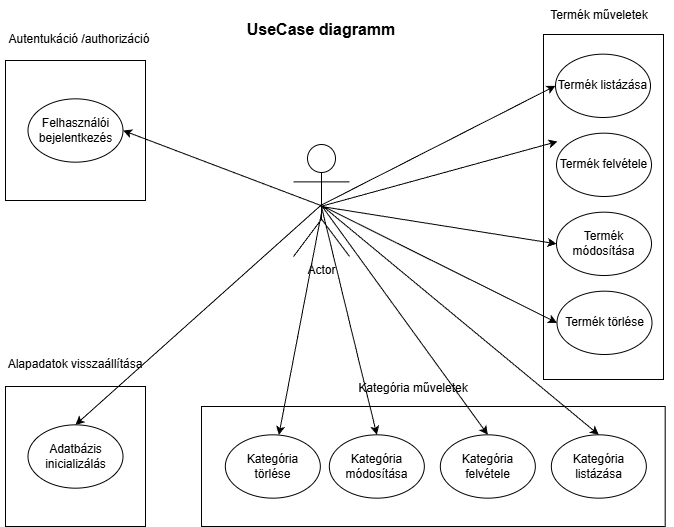
Above: Docs/UseCase.png in kekorn/productapp (draw.io), before the change. Source tidied: cells renumbered, new cells last; positions are measured from the earlier drawing's top-left corner, leaving out a move shared by most shapes. Source of this version:
```xml
<mxGraphModel>
  <root>
    <mxCell id="0" />
    <mxCell id="1" parent="0" />
    <mxCell id="2" value="Actor" style="shape=umlActor;verticalLabelPosition=bottom;verticalAlign=top;html=1;" parent="1" vertex="1">
      <mxGeometry x="293" y="144" width="56" height="112" as="geometry" />
    </mxCell>
    <mxCell id="3" style="group;" parent="1" vertex="1">
      <mxGeometry x="543" y="34" width="120" height="345" as="geometry" />
    </mxCell>
    <mxCell id="4" style="rounded=0;whiteSpace=wrap;html=1;" parent="3" vertex="1">
      <mxGeometry width="120" height="345" as="geometry" />
    </mxCell>
    <mxCell id="5" value="Termék listázása" style="ellipse;whiteSpace=wrap;html=1;" parent="3" vertex="1">
      <mxGeometry x="12" y="19.7" width="95" height="63.3" as="geometry" />
    </mxCell>
    <mxCell id="6" value="Termék felvétele" style="ellipse;whiteSpace=wrap;html=1;" parent="3" vertex="1">
      <mxGeometry x="13" y="98.7" width="95" height="63.3" as="geometry" />
    </mxCell>
    <mxCell id="7" value="Termék módosítása" style="ellipse;whiteSpace=wrap;html=1;" parent="3" vertex="1">
      <mxGeometry x="13" y="177.7" width="95" height="63.3" as="geometry" />
    </mxCell>
    <mxCell id="8" value="Termék törlése" style="ellipse;whiteSpace=wrap;html=1;" parent="3" vertex="1">
      <mxGeometry x="13.5" y="256.7" width="95" height="63.3" as="geometry" />
    </mxCell>
    <mxCell id="9" style="group;" parent="1" vertex="1">
      <mxGeometry x="5" y="60" width="140" height="140" as="geometry" />
    </mxCell>
    <mxCell id="10" style="whiteSpace=wrap;html=1;" parent="9" vertex="1">
      <mxGeometry width="140" height="140" as="geometry" />
    </mxCell>
    <mxCell id="11" value="Felhasználói bejelentkezés" style="ellipse;whiteSpace=wrap;html=1;" parent="9" vertex="1">
      <mxGeometry x="22.5" y="38.3" width="95" height="63.3" as="geometry" />
    </mxCell>
    <mxCell id="12" style="group;" parent="1" vertex="1">
      <mxGeometry x="5" y="386" width="140" height="140" as="geometry" />
    </mxCell>
    <mxCell id="13" style="whiteSpace=wrap;html=1;" parent="12" vertex="1">
      <mxGeometry width="140" height="140" as="geometry" />
    </mxCell>
    <mxCell id="14" value="Adatbázis inicializálás" style="ellipse;whiteSpace=wrap;html=1;" parent="12" vertex="1">
      <mxGeometry x="22.5" y="38.3" width="95" height="63.3" as="geometry" />
    </mxCell>
    <mxCell id="15" style="group;" parent="1" vertex="1">
      <mxGeometry x="201" y="406" width="463.7" height="120" as="geometry" />
    </mxCell>
    <mxCell id="16" style="rounded=0;whiteSpace=wrap;html=1;rotation=90;" parent="15" vertex="1">
      <mxGeometry x="171.8" y="-171.8" width="120" height="463.7" as="geometry" />
    </mxCell>
    <mxCell id="17" value="Kategória&lt;div&gt;törlése&lt;/div&gt;" style="ellipse;whiteSpace=wrap;html=1;rotation=0;" parent="15" vertex="1">
      <mxGeometry x="23.8" y="28.3" width="95" height="63.3" as="geometry" />
    </mxCell>
    <mxCell id="18" value="Kategória&lt;div&gt;módosítása&lt;/div&gt;" style="ellipse;whiteSpace=wrap;html=1;rotation=0;" parent="15" vertex="1">
      <mxGeometry x="127.8" y="28.3" width="95" height="63.3" as="geometry" />
    </mxCell>
    <mxCell id="19" value="Kategória&lt;div&gt;felvétele&lt;/div&gt;" style="ellipse;whiteSpace=wrap;html=1;rotation=0;" parent="15" vertex="1">
      <mxGeometry x="238.8" y="28.3" width="95" height="63.3" as="geometry" />
    </mxCell>
    <mxCell id="20" value="Kategória listázása" style="ellipse;whiteSpace=wrap;html=1;rotation=0;" parent="15" vertex="1">
      <mxGeometry x="349.8" y="28.3" width="95" height="63.3" as="geometry" />
    </mxCell>
    <mxCell id="21" style="endArrow=classic;html=1;rounded=0;entryX=0.5;entryY=0;entryDx=0;entryDy=0;exitX=0.498;exitY=0.539;exitDx=0;exitDy=0;exitPerimeter=0;" parent="1" edge="1" source="2" target="14">
      <mxGeometry relative="1" as="geometry" />
    </mxCell>
    <mxCell id="22" style="endArrow=classic;html=1;rounded=0;exitX=0.504;exitY=0.598;exitDx=0;exitDy=0;exitPerimeter=0;" parent="1" edge="1" source="2" target="17">
      <mxGeometry relative="1" as="geometry" />
    </mxCell>
    <mxCell id="23" style="endArrow=classic;html=1;rounded=0;exitX=0.49;exitY=0.536;exitDx=0;exitDy=0;exitPerimeter=0;entryX=0.5;entryY=0;entryDx=0;entryDy=0;" parent="1" edge="1" source="2" target="18">
      <mxGeometry relative="1" as="geometry" />
    </mxCell>
    <mxCell id="24" style="endArrow=classic;html=1;rounded=0;entryX=1;entryY=0.5;entryDx=0;entryDy=0;" parent="1" edge="1" target="11">
      <mxGeometry relative="1" as="geometry">
        <mxPoint x="323" y="206" as="sourcePoint" />
      </mxGeometry>
    </mxCell>
    <mxCell id="25" style="endArrow=classic;html=1;rounded=0;entryX=0.5;entryY=0;entryDx=0;entryDy=0;exitX=0.498;exitY=0.543;exitDx=0;exitDy=0;exitPerimeter=0;" parent="1" edge="1" source="2" target="19">
      <mxGeometry relative="1" as="geometry" />
    </mxCell>
    <mxCell id="26" style="endArrow=classic;html=1;rounded=0;entryX=0.5;entryY=0;entryDx=0;entryDy=0;exitX=0.509;exitY=0.546;exitDx=0;exitDy=0;exitPerimeter=0;" parent="1" edge="1" source="2" target="20">
      <mxGeometry relative="1" as="geometry" />
    </mxCell>
    <mxCell id="27" style="endArrow=classic;html=1;rounded=0;entryX=0;entryY=0.5;entryDx=0;entryDy=0;exitX=0.515;exitY=0.548;exitDx=0;exitDy=0;exitPerimeter=0;" parent="1" edge="1" source="2" target="8">
      <mxGeometry relative="1" as="geometry" />
    </mxCell>
    <mxCell id="28" style="endArrow=classic;html=1;rounded=0;entryX=0;entryY=0.5;entryDx=0;entryDy=0;" parent="1" edge="1" target="7">
      <mxGeometry relative="1" as="geometry">
        <mxPoint x="321" y="206" as="sourcePoint" />
      </mxGeometry>
    </mxCell>
    <mxCell id="29" style="endArrow=classic;html=1;rounded=0;" parent="1" edge="1">
      <mxGeometry relative="1" as="geometry">
        <mxPoint x="320" y="206" as="sourcePoint" />
        <mxPoint x="557" y="141" as="targetPoint" />
      </mxGeometry>
    </mxCell>
    <mxCell id="30" style="endArrow=classic;html=1;rounded=0;entryX=0;entryY=0.5;entryDx=0;entryDy=0;" parent="1" edge="1" target="5">
      <mxGeometry relative="1" as="geometry">
        <mxPoint x="320" y="205" as="sourcePoint" />
      </mxGeometry>
    </mxCell>
    <mxCell id="31" value="Autentukáció /authorizáció" style="text;html=1;whiteSpace=wrap;strokeColor=none;fillColor=none;align=center;verticalAlign=middle;rounded=0;" parent="1" vertex="1">
      <mxGeometry x="4" y="24" width="150" height="30" as="geometry" />
    </mxCell>
    <mxCell id="32" value="Kategória műveletek" style="text;html=1;whiteSpace=wrap;strokeColor=none;fillColor=none;align=center;verticalAlign=middle;rounded=0;" parent="1" vertex="1">
      <mxGeometry x="338" y="373" width="150" height="30" as="geometry" />
    </mxCell>
    <mxCell id="33" value="Termék műveletek" style="text;html=1;whiteSpace=wrap;strokeColor=none;fillColor=none;align=center;verticalAlign=middle;rounded=0;" parent="1" vertex="1">
      <mxGeometry x="524" width="150" height="30" as="geometry" />
    </mxCell>
    <mxCell id="34" value="Alapadatok visszaállítása" style="text;html=1;whiteSpace=wrap;strokeColor=none;fillColor=none;align=center;verticalAlign=middle;rounded=0;" parent="1" vertex="1">
      <mxGeometry y="349" width="150" height="30" as="geometry" />
    </mxCell>
    <mxCell id="35" value="UseCase diagramm" style="text;html=1;whiteSpace=wrap;strokeColor=none;fillColor=none;align=center;verticalAlign=middle;rounded=0;fontStyle=1;fontSize=16;" parent="1" vertex="1">
      <mxGeometry x="228" y="14" width="186" height="30" as="geometry" />
    </mxCell>
  </root>
</mxGraphModel>
```
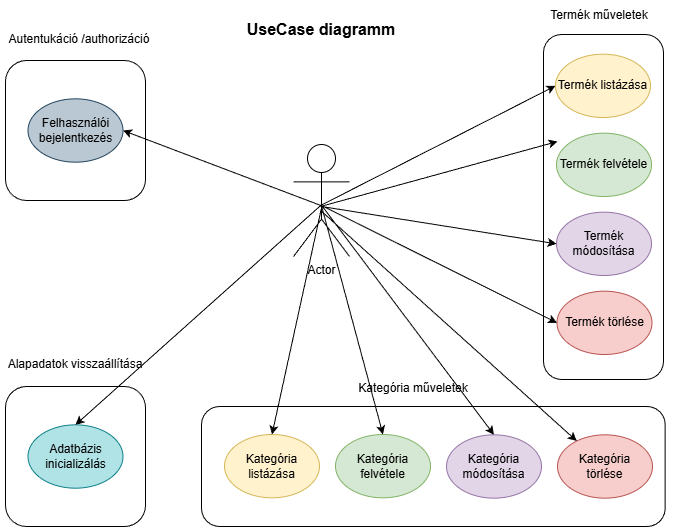
Later version of the same file.

What changed in the source:
```diff
@@ -8,57 +8,57 @@
     <mxCell id="3" style="group;" parent="1" vertex="1">
       <mxGeometry x="543" y="34" width="120" height="345" as="geometry" />
     </mxCell>
-    <mxCell id="4" style="rounded=0;whiteSpace=wrap;html=1;" parent="3" vertex="1">
+    <mxCell id="4" style="rounded=1;whiteSpace=wrap;html=1;" parent="3" vertex="1">
       <mxGeometry width="120" height="345" as="geometry" />
     </mxCell>
-    <mxCell id="5" value="Termék listázása" style="ellipse;whiteSpace=wrap;html=1;" parent="3" vertex="1">
+    <mxCell id="5" value="Termék listázása" style="ellipse;whiteSpace=wrap;html=1;fillColor=#fff2cc;strokeColor=#d6b656;" parent="3" vertex="1">
       <mxGeometry x="12" y="19.7" width="95" height="63.3" as="geometry" />
     </mxCell>
-    <mxCell id="6" value="Termék felvétele" style="ellipse;whiteSpace=wrap;html=1;" parent="3" vertex="1">
+    <mxCell id="6" value="Termék felvétele" style="ellipse;whiteSpace=wrap;html=1;fillColor=#d5e8d4;strokeColor=#82b366;" parent="3" vertex="1">
       <mxGeometry x="13" y="98.7" width="95" height="63.3" as="geometry" />
     </mxCell>
-    <mxCell id="7" value="Termék módosítása" style="ellipse;whiteSpace=wrap;html=1;" parent="3" vertex="1">
+    <mxCell id="7" value="Termék módosítása" style="ellipse;whiteSpace=wrap;html=1;fillColor=#e1d5e7;strokeColor=#9673a6;" parent="3" vertex="1">
       <mxGeometry x="13" y="177.7" width="95" height="63.3" as="geometry" />
     </mxCell>
-    <mxCell id="8" value="Termék törlése" style="ellipse;whiteSpace=wrap;html=1;" parent="3" vertex="1">
+    <mxCell id="8" value="Termék törlése" style="ellipse;whiteSpace=wrap;html=1;fillColor=#f8cecc;strokeColor=#b85450;" parent="3" vertex="1">
       <mxGeometry x="13.5" y="256.7" width="95" height="63.3" as="geometry" />
     </mxCell>
-    <mxCell id="9" style="group;" parent="1" vertex="1">
+    <mxCell id="9" style="group;rounded=1;" parent="1" vertex="1">
       <mxGeometry x="5" y="60" width="140" height="140" as="geometry" />
     </mxCell>
-    <mxCell id="10" style="whiteSpace=wrap;html=1;" parent="9" vertex="1">
+    <mxCell id="10" style="whiteSpace=wrap;html=1;rounded=1;" parent="9" vertex="1">
       <mxGeometry width="140" height="140" as="geometry" />
     </mxCell>
-    <mxCell id="11" value="Felhasználói bejelentkezés" style="ellipse;whiteSpace=wrap;html=1;" parent="9" vertex="1">
+    <mxCell id="11" value="Felhasználói bejelentkezés" style="ellipse;whiteSpace=wrap;html=1;fillColor=#bac8d3;strokeColor=#23445d;" parent="9" vertex="1">
       <mxGeometry x="22.5" y="38.3" width="95" height="63.3" as="geometry" />
     </mxCell>
-    <mxCell id="12" style="group;" parent="1" vertex="1">
+    <mxCell id="12" style="group;rounded=1;" parent="1" vertex="1">
       <mxGeometry x="5" y="386" width="140" height="140" as="geometry" />
     </mxCell>
-    <mxCell id="13" style="whiteSpace=wrap;html=1;" parent="12" vertex="1">
+    <mxCell id="13" style="whiteSpace=wrap;html=1;rounded=1;" parent="12" vertex="1">
       <mxGeometry width="140" height="140" as="geometry" />
     </mxCell>
-    <mxCell id="14" value="Adatbázis inicializálás" style="ellipse;whiteSpace=wrap;html=1;" parent="12" vertex="1">
+    <mxCell id="14" value="Adatbázis inicializálás" style="ellipse;whiteSpace=wrap;html=1;fillColor=#b0e3e6;strokeColor=#0e8088;" parent="12" vertex="1">
       <mxGeometry x="22.5" y="38.3" width="95" height="63.3" as="geometry" />
     </mxCell>
-    <mxCell id="15" style="group;" parent="1" vertex="1">
+    <mxCell id="15" style="group;fillColor=#fff2cc;strokeColor=#d6b656;rounded=1;" parent="1" vertex="1">
       <mxGeometry x="201" y="406" width="463.7" height="120" as="geometry" />
     </mxCell>
-    <mxCell id="16" style="rounded=0;whiteSpace=wrap;html=1;rotation=90;" parent="15" vertex="1">
+    <mxCell id="16" style="rounded=1;whiteSpace=wrap;html=1;rotation=90;" parent="15" vertex="1">
       <mxGeometry x="171.8" y="-171.8" width="120" height="463.7" as="geometry" />
     </mxCell>
-    <mxCell id="17" value="Kategória&lt;div&gt;törlése&lt;/div&gt;" style="ellipse;whiteSpace=wrap;html=1;rotation=0;" parent="15" vertex="1">
-      <mxGeometry x="23.8" y="28.3" width="95" height="63.3" as="geometry" />
-    </mxCell>
-    <mxCell id="18" value="Kategória&lt;div&gt;módosítása&lt;/div&gt;" style="ellipse;whiteSpace=wrap;html=1;rotation=0;" parent="15" vertex="1">
-      <mxGeometry x="127.8" y="28.3" width="95" height="63.3" as="geometry" />
+    <mxCell id="18" value="Kategória&lt;div&gt;módosítása&lt;/div&gt;" style="ellipse;whiteSpace=wrap;html=1;rotation=0;fillColor=#e1d5e7;strokeColor=#9673a6;" parent="15" vertex="1">
+      <mxGeometry x="245" y="28.3" width="95" height="63.3" as="geometry" />
     </mxCell>
-    <mxCell id="19" value="Kategória&lt;div&gt;felvétele&lt;/div&gt;" style="ellipse;whiteSpace=wrap;html=1;rotation=0;" parent="15" vertex="1">
-      <mxGeometry x="238.8" y="28.3" width="95" height="63.3" as="geometry" />
+    <mxCell id="19" value="Kategória&lt;div&gt;felvétele&lt;/div&gt;" style="ellipse;whiteSpace=wrap;html=1;rotation=0;fillColor=#d5e8d4;strokeColor=#82b366;" parent="15" vertex="1">
+      <mxGeometry x="134" y="28" width="95" height="63.3" as="geometry" />
     </mxCell>
-    <mxCell id="20" value="Kategória listázása" style="ellipse;whiteSpace=wrap;html=1;rotation=0;" parent="15" vertex="1">
-      <mxGeometry x="349.8" y="28.3" width="95" height="63.3" as="geometry" />
+    <mxCell id="20" value="Kategória listázása" style="ellipse;whiteSpace=wrap;html=1;rotation=0;fillColor=#fff2cc;strokeColor=#d6b656;" parent="15" vertex="1">
+      <mxGeometry x="23" y="28" width="95" height="63.3" as="geometry" />
     </mxCell>
+    <mxCell id="17" value="Kategória&lt;div&gt;törlése&lt;/div&gt;" style="ellipse;whiteSpace=wrap;html=1;rotation=0;fillColor=#f8cecc;strokeColor=#b85450;" parent="15" vertex="1">
+      <mxGeometry x="356" y="28.3" width="95" height="63.3" as="geometry" />
+    </mxCell>
     <mxCell id="21" style="endArrow=classic;html=1;rounded=0;entryX=0.5;entryY=0;entryDx=0;entryDy=0;exitX=0.498;exitY=0.539;exitDx=0;exitDy=0;exitPerimeter=0;" parent="1" edge="1" source="2" target="14">
       <mxGeometry relative="1" as="geometry" />
     </mxCell>
```
